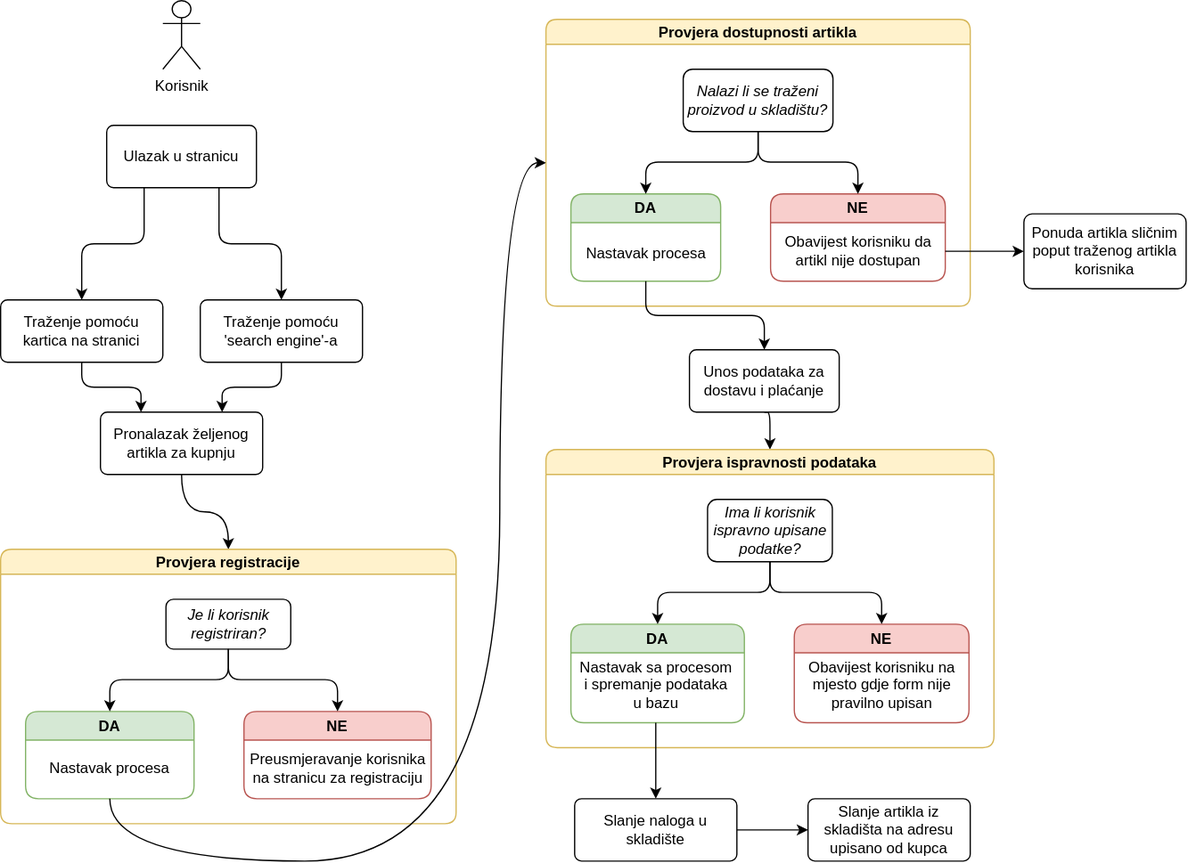
The draw.io diagram Untitled Diagram.drawio.svg in LukaCafuka/Diagrams-TiPK, before a commit. Source tidied: cells renumbered, new cells last; positions are measured from the earlier drawing's top-left corner, leaving out a move shared by most shapes.
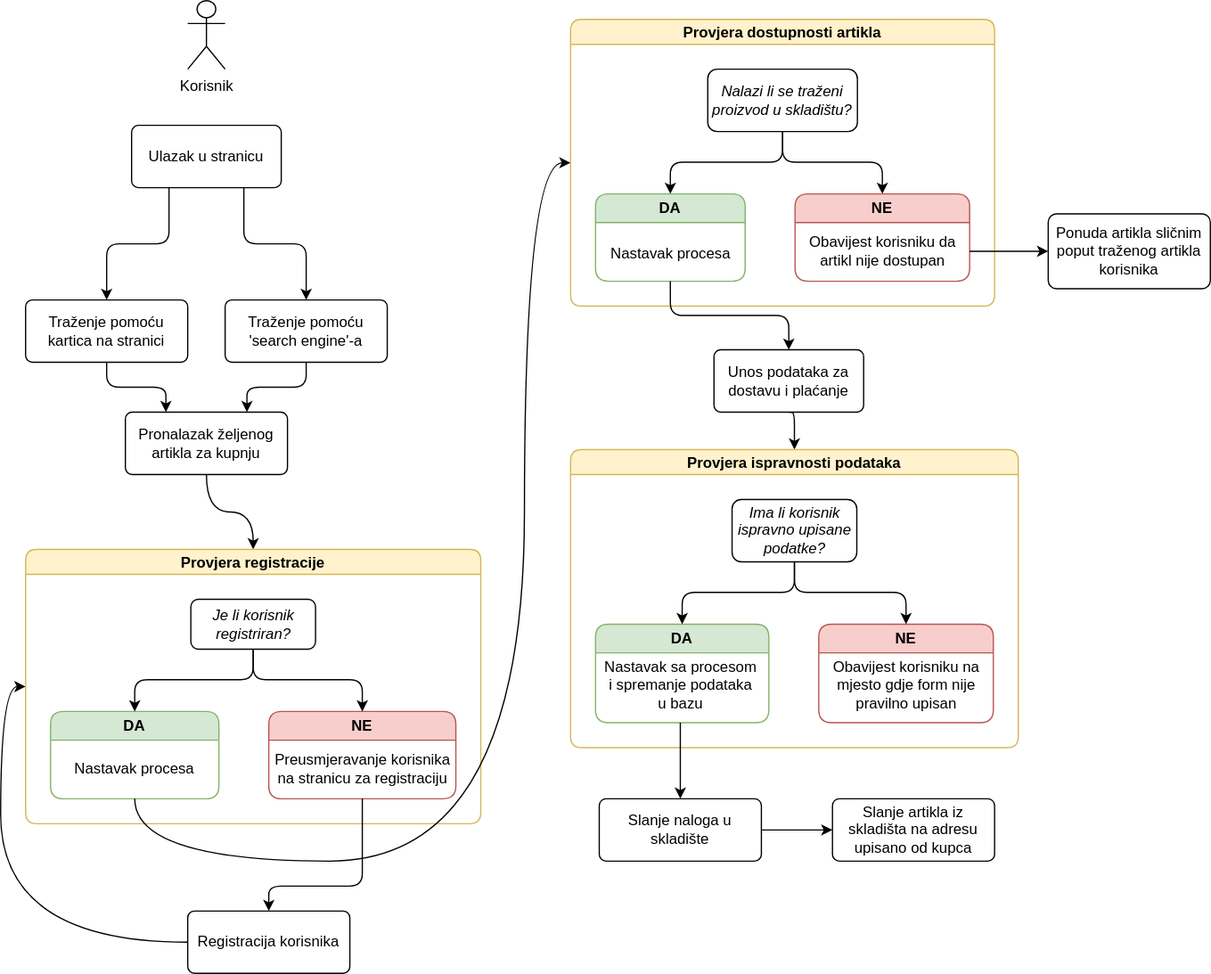
After the commit.

Commit message:
finišt al ono maks

Change to the diagram source:
```diff
@@ -140,5 +140,18 @@
     <mxCell id="45" style="edgeStyle=orthogonalEdgeStyle;curved=1;rounded=1;jettySize=auto;html=1;fontFamily=Helvetica;" parent="1" edge="1" source="26" target="44">
       <mxGeometry relative="1" as="geometry" />
     </mxCell>
+    <mxCell id="46" style="edgeStyle=orthogonalEdgeStyle;rounded=1;jettySize=auto;html=1;exitX=0;exitY=0.5;exitDx=0;exitDy=0;entryX=0;entryY=0.5;entryDx=0;entryDy=0;fontFamily=Helvetica;curved=1;" parent="1" edge="1" source="47" target="12">
+      <mxGeometry relative="1" as="geometry" />
+    </mxCell>
+    <mxCell id="47" value="Registracija korisnika" style="whiteSpace=wrap;html=1;rounded=1;shadow=0;comic=0;labelBackgroundColor=none;strokeWidth=1;fontFamily=Helvetica;fontSize=12;align=center;arcSize=11;" parent="1" vertex="1">
+      <mxGeometry x="130" y="730" width="130" height="50" as="geometry" />
+    </mxCell>
+    <mxCell id="48" style="edgeStyle=elbowEdgeStyle;rounded=1;jettySize=auto;html=1;exitX=0.5;exitY=1;exitDx=0;exitDy=0;entryX=0.5;entryY=0;entryDx=0;entryDy=0;fontFamily=Helvetica;elbow=vertical;" parent="1" edge="1" source="17" target="47">
+      <mxGeometry relative="1" as="geometry">
+        <Array as="points">
+          <mxPoint x="235" y="710" />
+        </Array>
+      </mxGeometry>
+    </mxCell>
   </root>
 </mxGraphModel>
```
